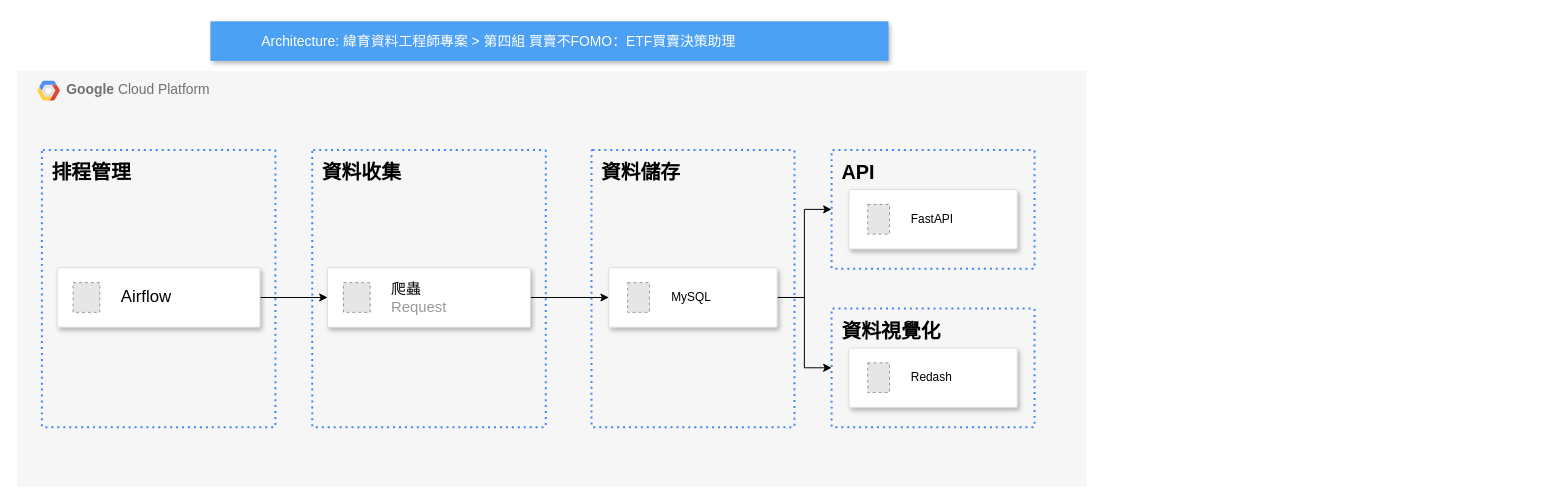
Above: vo.drawio in JeremyJHAO/diagramss (draw.io), before the change. Source tidied: cells renumbered, new cells numbered last; positions are measured from the earlier drawing's top-left corner, leaving out a move shared by most shapes. Both pictures are drawn from the tidied source at 99%, with x=0, y=0 at pixel (17, 21). Pictures stored in the file or linked from it are replaced by grey dashed boxes.
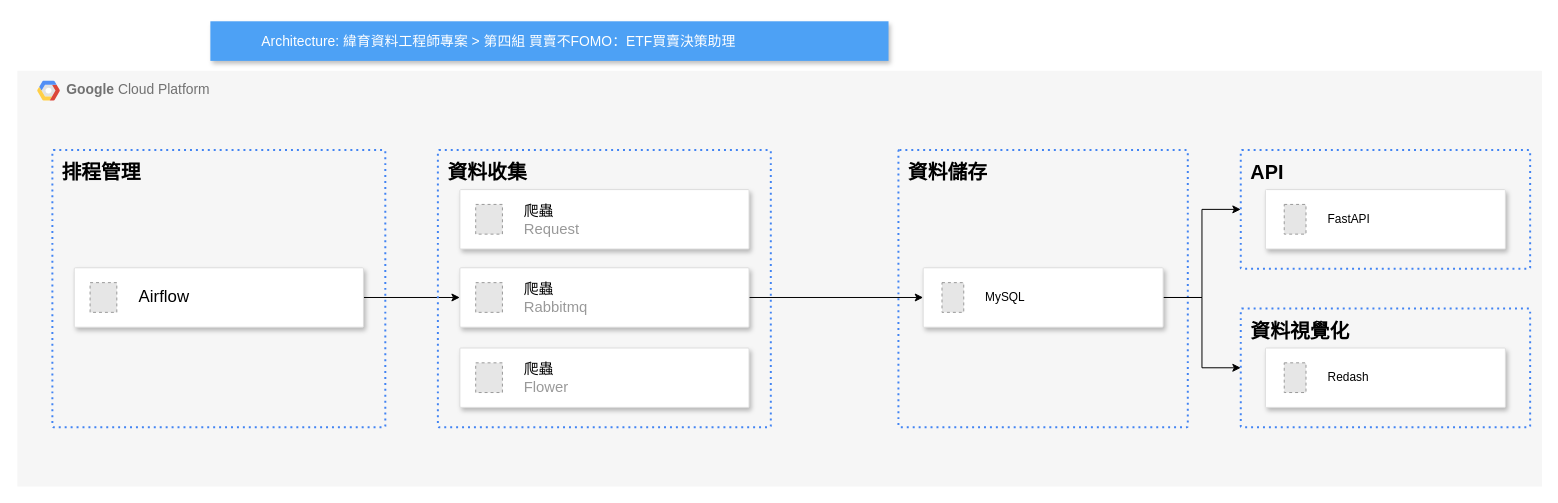
After the change.

The edit, as a diff of the source:
```diff
@@
     <mxCell id="2" value="&lt;b&gt;Google &lt;/b&gt;Cloud Platform" style="fillColor=#F6F6F6;strokeColor=none;shadow=0;gradientColor=none;fontSize=14;align=left;spacing=10;fontColor=#717171;9E9E9E;verticalAlign=top;spacingTop=-4;fontStyle=0;spacingLeft=40;html=1;" parent="1" vertex="1">
-      <mxGeometry y="50" width="1080" height="420" as="geometry" />
+      <mxGeometry y="50" width="1540" height="420" as="geometry" />
     </mxCell>
@@
     <mxCell id="4" value="&lt;font style=&quot;font-size: 20px; color: rgb(0, 0, 0);&quot;&gt;&lt;b&gt;排程管理&lt;/b&gt;&lt;/font&gt;" style="rounded=1;absoluteArcSize=1;arcSize=2;html=1;strokeColor=#4284F3;gradientColor=none;shadow=0;dashed=1;fontSize=12;fontColor=#9E9E9E;align=left;verticalAlign=top;spacing=10;spacingTop=-4;fillColor=none;dashPattern=1 2;strokeWidth=2;" parent="2" vertex="1">
-      <mxGeometry x="24.8" y="80" width="235.9" height="280" as="geometry" />
+      <mxGeometry x="35.4" y="80" width="336.3" height="280" as="geometry" />
     </mxCell>
@@
     <mxCell id="6" style="strokeColor=#dddddd;shadow=1;strokeWidth=1;rounded=1;absoluteArcSize=1;arcSize=2;" parent="2" vertex="1">
-      <mxGeometry x="40.3" y="199" width="204.8" height="60" as="geometry" />
+      <mxGeometry x="57.5" y="199" width="292.1" height="60" as="geometry" />
     </mxCell>
@@
     <mxCell id="8" value="&lt;font style=&quot;font-size: 20px; color: rgb(0, 0, 0);&quot;&gt;&lt;b&gt;資料收集&lt;/b&gt;&lt;/font&gt;" style="rounded=1;absoluteArcSize=1;arcSize=2;html=1;strokeColor=#4284F3;gradientColor=none;shadow=0;dashed=1;fontSize=12;fontColor=#9E9E9E;align=left;verticalAlign=top;spacing=10;spacingTop=-4;fillColor=none;dashPattern=1 2;strokeWidth=2;" parent="2" vertex="1">
-      <mxGeometry x="297.9" y="80" width="235.9" height="280" as="geometry" />
+      <mxGeometry x="424.8" y="80" width="336.3" height="280" as="geometry" />
     </mxCell>
@@
     <mxCell id="10" style="strokeColor=#dddddd;shadow=1;strokeWidth=1;rounded=1;absoluteArcSize=1;arcSize=2;" parent="2" vertex="1">
-      <mxGeometry x="313.4" y="199" width="204.8" height="60" as="geometry" />
+      <mxGeometry x="447" y="199" width="292.1" height="60" as="geometry" />
     </mxCell>
-    <mxCell id="11" value="&lt;font style=&quot;font-size: 15px;&quot;&gt;&lt;font style=&quot;&quot; color=&quot;#000000&quot;&gt;爬蟲&lt;/font&gt;&lt;br&gt;Request&lt;/font&gt;" style="fillColor=#E6E6E6;strokeColor=#999999;dashed=1;html=1;fontColor=#999999;verticalLabelPosition=middle;verticalAlign=middle;labelPosition=right;align=left;spacingLeft=20;" parent="10" vertex="1">
+    <mxCell id="11" value="&lt;font style=&quot;font-size: 15px;&quot;&gt;&lt;font color=&quot;#000000&quot;&gt;爬蟲&lt;/font&gt;&lt;br&gt;Rabbitmq&lt;/font&gt;" style="fillColor=#E6E6E6;strokeColor=#999999;dashed=1;html=1;fontColor=#999999;verticalLabelPosition=middle;verticalAlign=middle;labelPosition=right;align=left;spacingLeft=20;" parent="10" vertex="1">
       <mxGeometry width="27" height="30" relative="1" as="geometry">
         <mxPoint x="16" y="15" as="offset" />
       </mxGeometry>
     </mxCell>
     <mxCell id="12" value="&lt;font style=&quot;color: rgb(0, 0, 0); font-size: 20px;&quot;&gt;&lt;b&gt;資料儲存&lt;/b&gt;&lt;/font&gt;" style="rounded=1;absoluteArcSize=1;arcSize=2;html=1;strokeColor=#4284F3;gradientColor=none;shadow=0;dashed=1;fontSize=12;fontColor=#9E9E9E;align=left;verticalAlign=top;spacing=10;spacingTop=-4;fillColor=none;dashPattern=1 2;strokeWidth=2;" parent="2" vertex="1">
-      <mxGeometry x="580" y="80" width="205" height="280" as="geometry" />
+      <mxGeometry x="890" y="80" width="292.3" height="280" as="geometry" />
     </mxCell>
@@
     <mxCell id="15" style="strokeColor=#dddddd;shadow=1;strokeWidth=1;rounded=1;absoluteArcSize=1;arcSize=2;" parent="2" vertex="1">
-      <mxGeometry x="597.5" y="199" width="170" height="60" as="geometry" />
+      <mxGeometry x="915" y="199" width="242.4" height="60" as="geometry" />
     </mxCell>
@@
     <mxCell id="17" value="&lt;font color=&quot;#000000&quot;&gt;&lt;span style=&quot;font-size: 20px;&quot;&gt;&lt;b&gt;API&lt;/b&gt;&lt;/span&gt;&lt;/font&gt;" style="rounded=1;absoluteArcSize=1;arcSize=2;html=1;strokeColor=#4284F3;gradientColor=none;shadow=0;dashed=1;fontSize=12;fontColor=#9E9E9E;align=left;verticalAlign=top;spacing=10;spacingTop=-4;fillColor=none;dashPattern=1 2;strokeWidth=2;" parent="2" vertex="1">
-      <mxGeometry x="822.5" y="80" width="205" height="120" as="geometry" />
+      <mxGeometry x="1235.8" y="80" width="292.3" height="120" as="geometry" />
     </mxCell>
     <mxCell id="18" style="strokeColor=#dddddd;shadow=1;strokeWidth=1;rounded=1;absoluteArcSize=1;arcSize=2;" parent="2" vertex="1">
-      <mxGeometry x="840" y="120" width="170" height="60" as="geometry" />
+      <mxGeometry x="1260.7" y="120" width="242.4" height="60" as="geometry" />
     </mxCell>
@@
     <mxCell id="20" value="&lt;font style=&quot;color: rgb(0, 0, 0); font-size: 20px;&quot;&gt;&lt;b&gt;資料視覺化&lt;/b&gt;&lt;/font&gt;" style="rounded=1;absoluteArcSize=1;arcSize=2;html=1;strokeColor=#4284F3;gradientColor=none;shadow=0;dashed=1;fontSize=12;fontColor=#9E9E9E;align=left;verticalAlign=top;spacing=10;spacingTop=-4;fillColor=none;dashPattern=1 2;strokeWidth=2;" parent="2" vertex="1">
-      <mxGeometry x="822.5" y="240" width="205" height="120" as="geometry" />
+      <mxGeometry x="1235.8" y="240" width="292.3" height="120" as="geometry" />
     </mxCell>
     <mxCell id="21" style="strokeColor=#dddddd;shadow=1;strokeWidth=1;rounded=1;absoluteArcSize=1;arcSize=2;" parent="2" vertex="1">
-      <mxGeometry x="840" y="280" width="170" height="60" as="geometry" />
+      <mxGeometry x="1260.7" y="280" width="242.4" height="60" as="geometry" />
     </mxCell>
@@
+    <mxCell id="24" style="strokeColor=#dddddd;shadow=1;strokeWidth=1;rounded=1;absoluteArcSize=1;arcSize=2;" parent="2" vertex="1">
+      <mxGeometry x="447" y="120" width="292.1" height="60" as="geometry" />
+    </mxCell>
+    <mxCell id="25" value="&lt;font style=&quot;font-size: 15px;&quot;&gt;&lt;font style=&quot;&quot; color=&quot;#000000&quot;&gt;爬蟲&lt;/font&gt;&lt;br&gt;Request&lt;/font&gt;" style="fillColor=#E6E6E6;strokeColor=#999999;dashed=1;html=1;fontColor=#999999;verticalLabelPosition=middle;verticalAlign=middle;labelPosition=right;align=left;spacingLeft=20;" parent="24" vertex="1">
+      <mxGeometry width="27" height="30" relative="1" as="geometry">
+        <mxPoint x="16" y="15" as="offset" />
+      </mxGeometry>
+    </mxCell>
+    <mxCell id="26" style="strokeColor=#dddddd;shadow=1;strokeWidth=1;rounded=1;absoluteArcSize=1;arcSize=2;" parent="2" vertex="1">
+      <mxGeometry x="447" y="280" width="292.1" height="60" as="geometry" />
+    </mxCell>
+    <mxCell id="27" value="&lt;font style=&quot;font-size: 15px;&quot;&gt;&lt;font color=&quot;#000000&quot;&gt;爬蟲&lt;/font&gt;&lt;br&gt;Flower&lt;/font&gt;" style="fillColor=#E6E6E6;strokeColor=#999999;dashed=1;html=1;fontColor=#999999;verticalLabelPosition=middle;verticalAlign=middle;labelPosition=right;align=left;spacingLeft=20;" parent="26" vertex="1">
+      <mxGeometry width="27" height="30" relative="1" as="geometry">
+        <mxPoint x="16" y="15" as="offset" />
+      </mxGeometry>
+    </mxCell>
```
